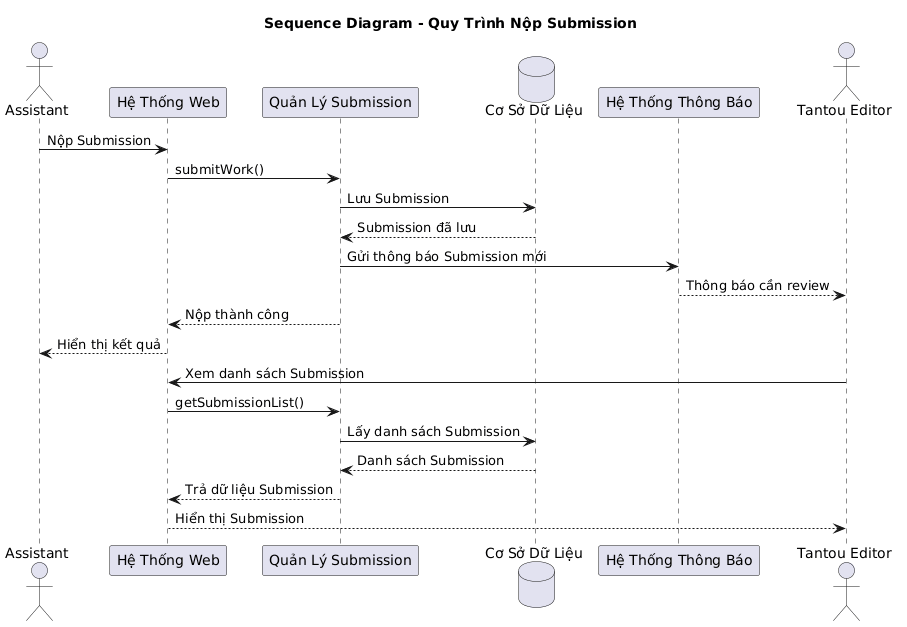
The PlantUML diagram assets/diagrams/Chapter3_IMAGE/sequence_diagram_quy_trinh_nop_submission.png in trongtan0079/manga-workflow-report, before a commit. The source it was exported from:
```plantuml
@startuml
title Sequence Diagram - Quy Trình Nộp Submission

actor Assistant

participant "Hệ Thống Web" as Web
participant "Quản Lý Submission" as SubmissionManager
database "Cơ Sở Dữ Liệu" as DB
participant "Hệ Thống Thông Báo" as Notification
actor "Tantou Editor" as Editor

Assistant -> Web : Nộp Submission

Web -> SubmissionManager : submitWork()

SubmissionManager -> DB : Lưu Submission

DB --> SubmissionManager : Submission đã lưu

SubmissionManager -> Notification : Gửi thông báo Submission mới

Notification --> Editor : Thông báo cần review

SubmissionManager --> Web : Nộp thành công

Web --> Assistant : Hiển thị kết quả

Editor -> Web : Xem danh sách Submission

Web -> SubmissionManager : getSubmissionList()

SubmissionManager -> DB : Lấy danh sách Submission

DB --> SubmissionManager : Danh sách Submission

SubmissionManager --> Web : Trả dữ liệu Submission

Web --> Editor : Hiển thị Submission
@enduml
```
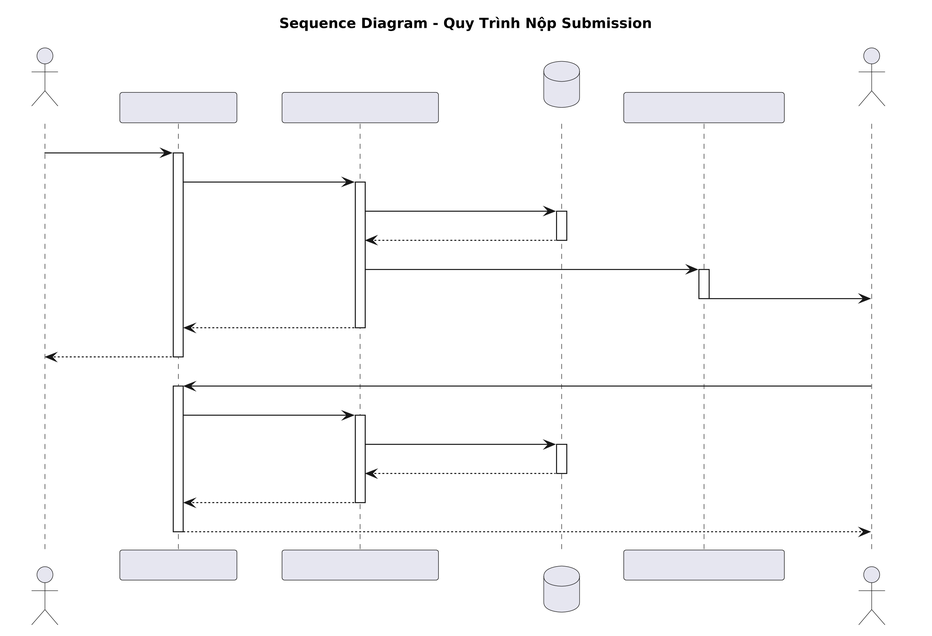
Above is the later version.

Change to the diagram source:
```diff
@@ -1,8 +1,14 @@
 @startuml
+skinparam dpi 300
+
+skinparam Shadowing false
+skinparam ParticipantBackgroundColor #E6E6F0
+skinparam ParticipantBorderColor Black
+skinparam SequenceMessageAlign center
+
 title Sequence Diagram - Quy Trình Nộp Submission
 
 actor Assistant
-
 participant "Hệ Thống Web" as Web
 participant "Quản Lý Submission" as SubmissionManager
 database "Cơ Sở Dữ Liệu" as DB
@@ -10,30 +16,41 @@
 actor "Tantou Editor" as Editor
 
 Assistant -> Web : Nộp Submission
+activate Web
 
 Web -> SubmissionManager : submitWork()
+activate SubmissionManager
 
 SubmissionManager -> DB : Lưu Submission
-
+activate DB
 DB --> SubmissionManager : Submission đã lưu
+deactivate DB
 
 SubmissionManager -> Notification : Gửi thông báo Submission mới
-
-Notification --> Editor : Thông báo cần review
+activate Notification
+Notification -> Editor : Thông báo cần review
+deactivate Notification
 
 SubmissionManager --> Web : Nộp thành công
+deactivate SubmissionManager
 
 Web --> Assistant : Hiển thị kết quả
+deactivate Web
 
 Editor -> Web : Xem danh sách Submission
+activate Web
 
 Web -> SubmissionManager : getSubmissionList()
+activate SubmissionManager
 
 SubmissionManager -> DB : Lấy danh sách Submission
-
+activate DB
 DB --> SubmissionManager : Danh sách Submission
+deactivate DB
 
 SubmissionManager --> Web : Trả dữ liệu Submission
+deactivate SubmissionManager
 
 Web --> Editor : Hiển thị Submission
+deactivate Web
 @enduml
```
